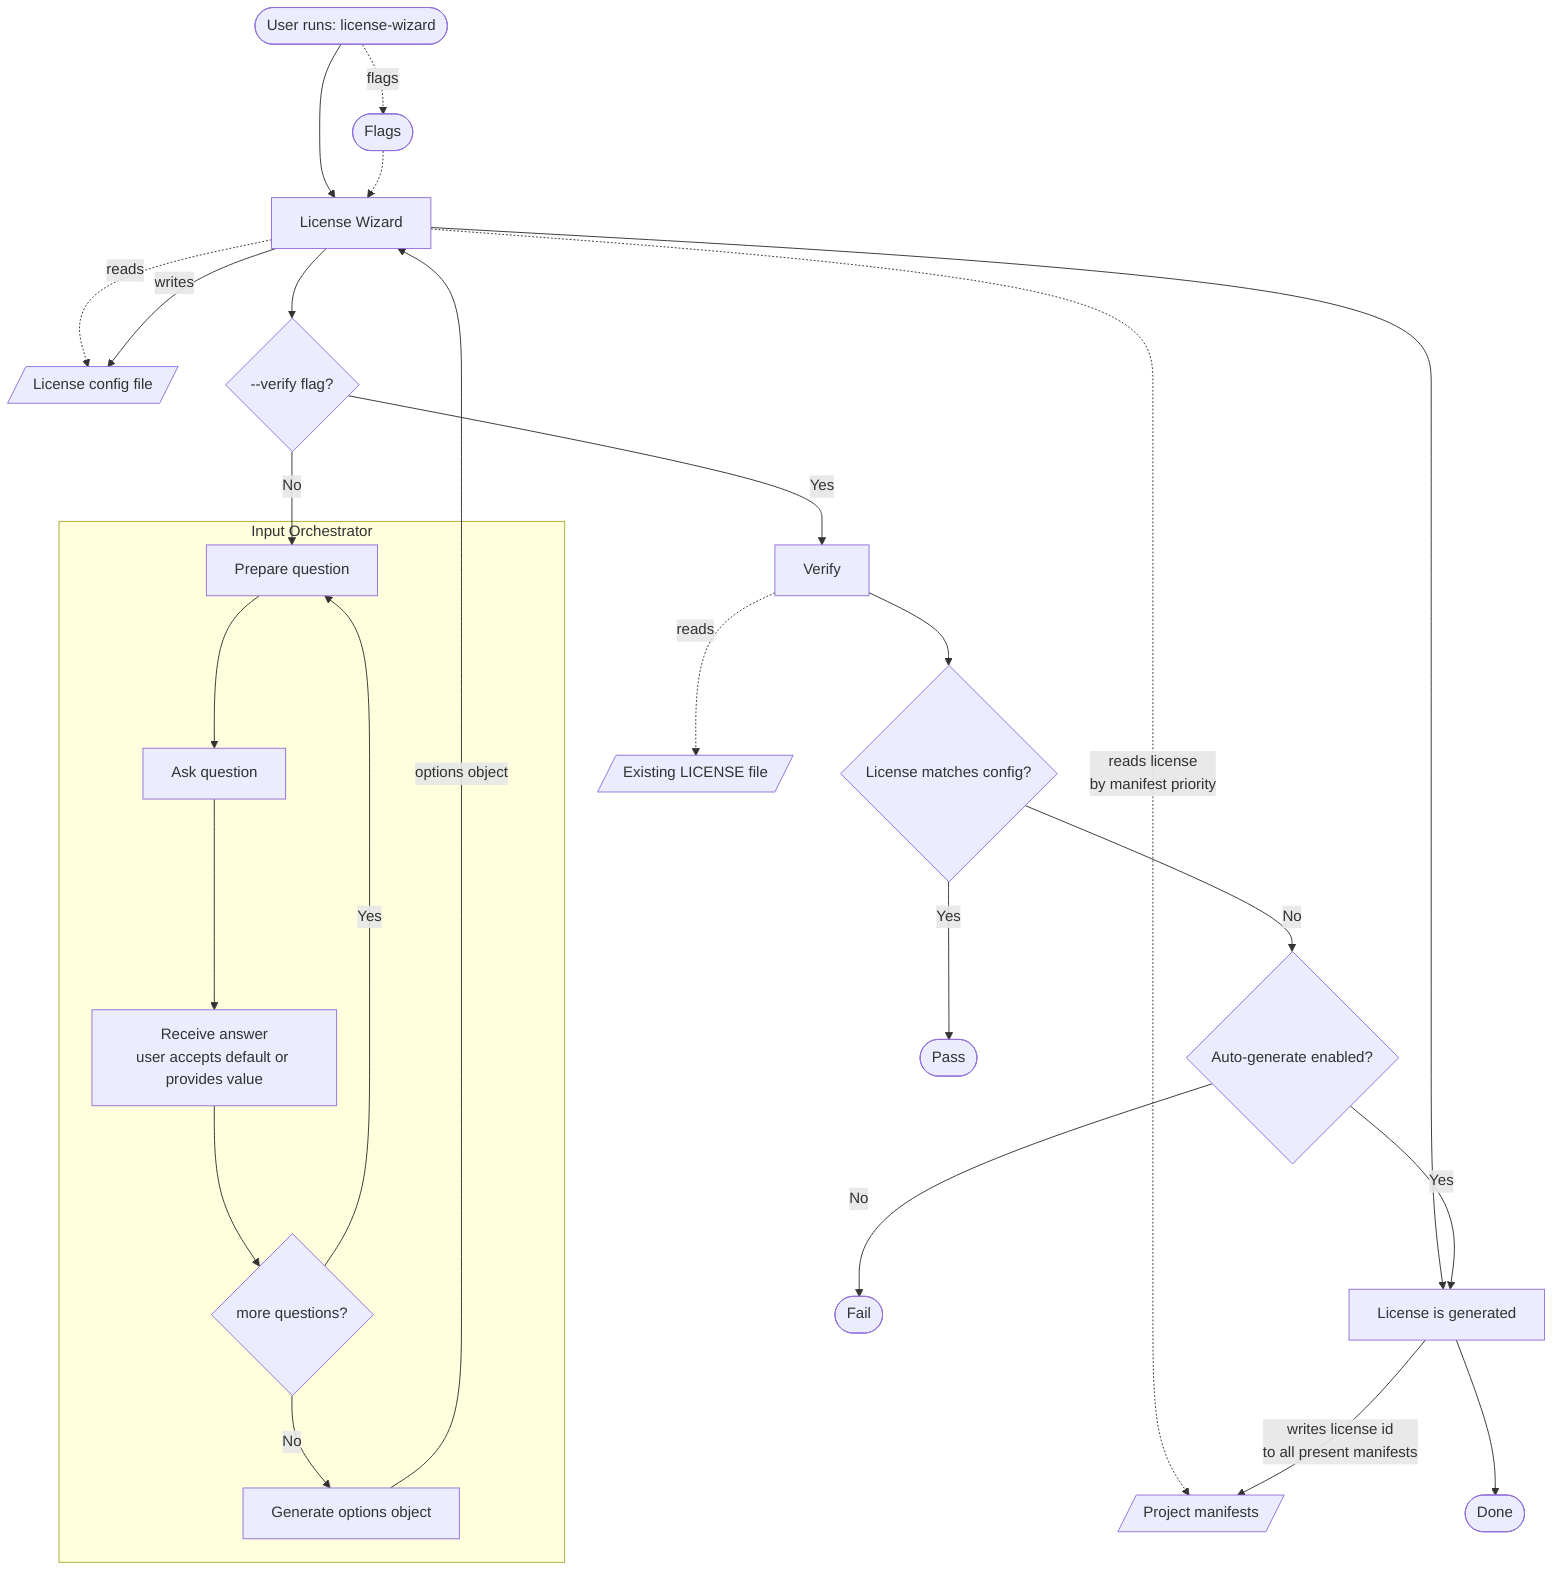
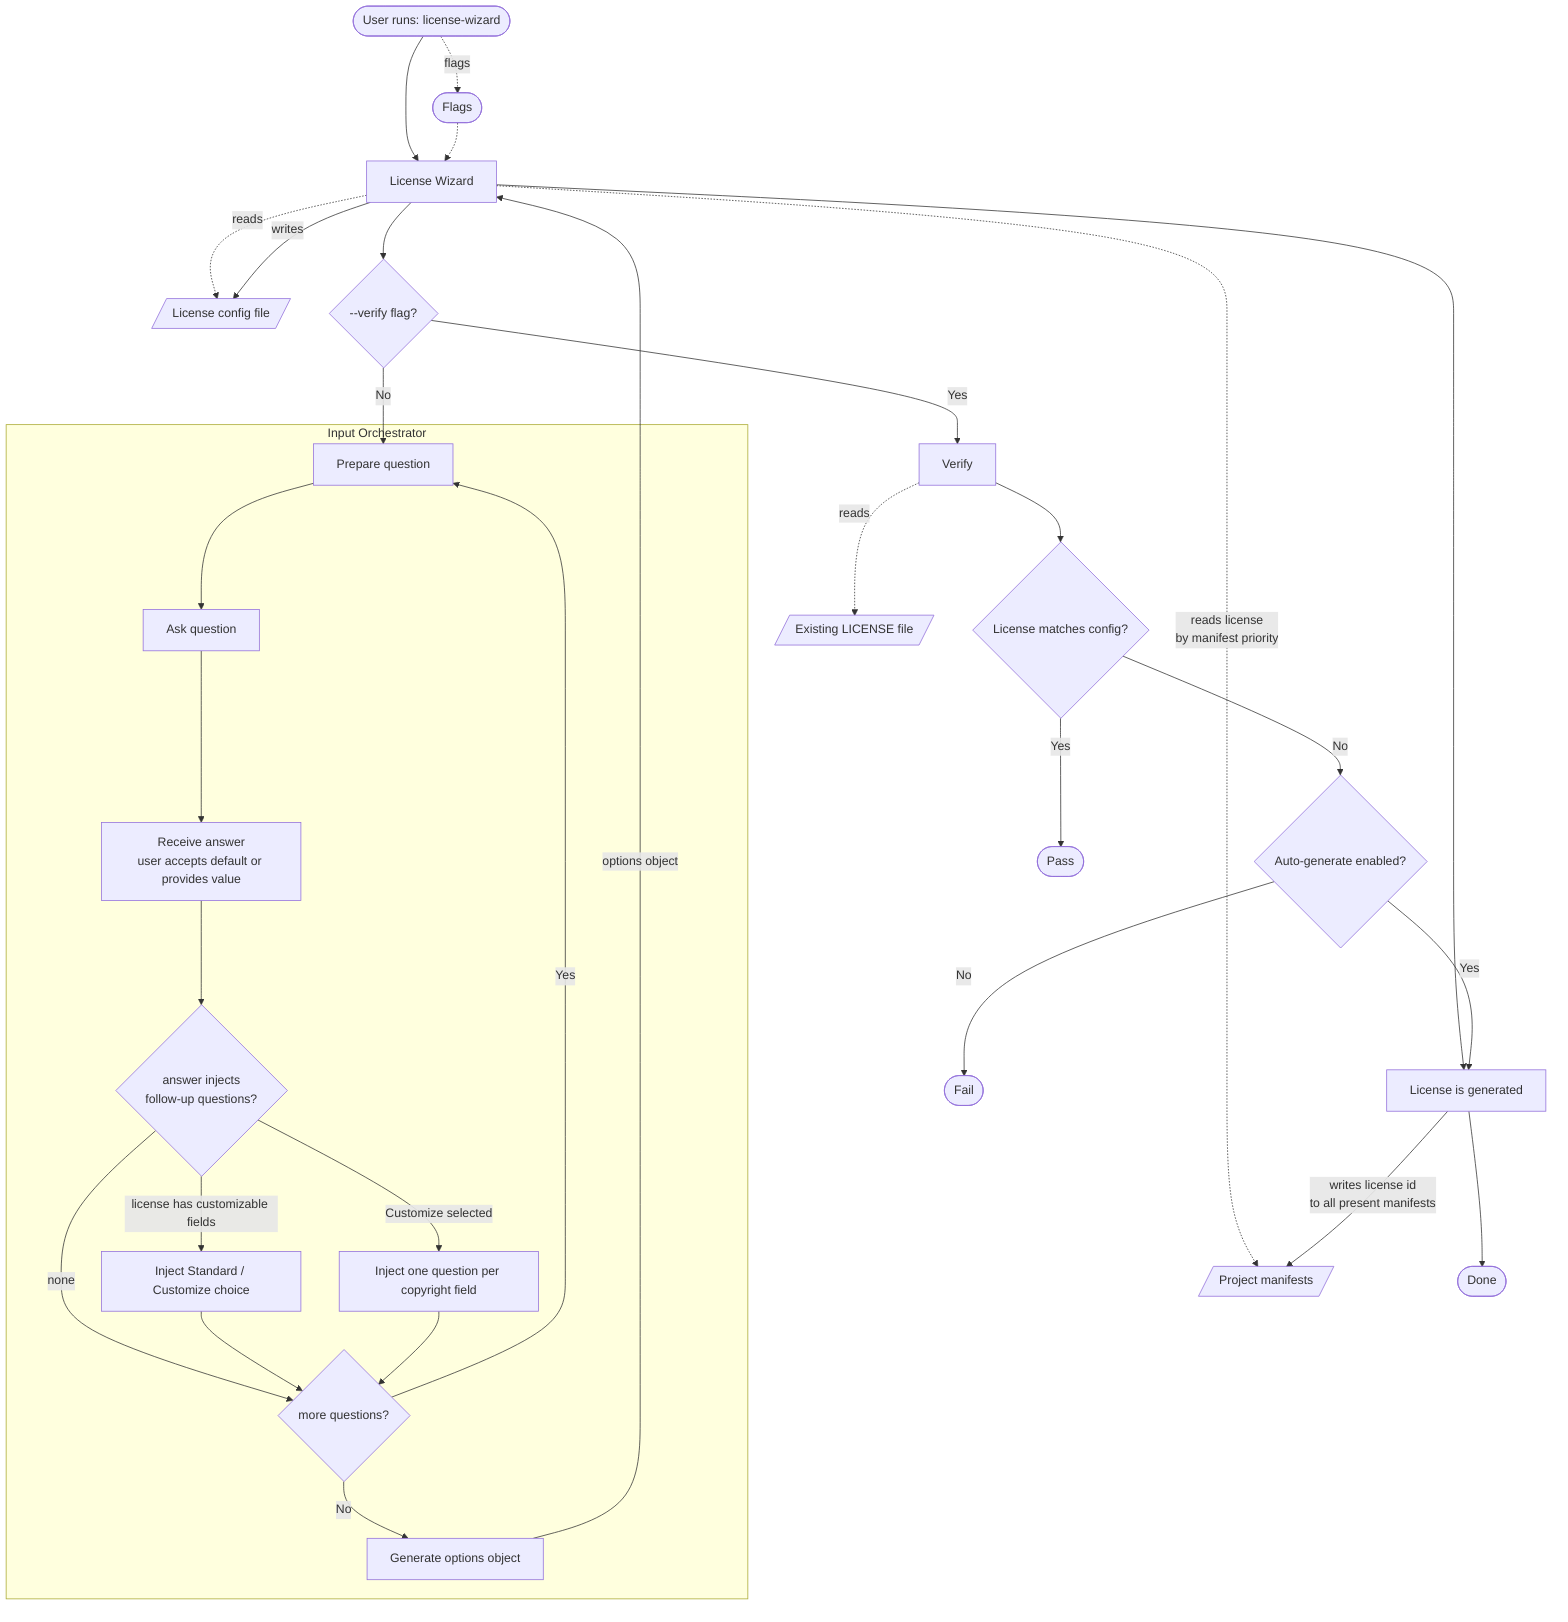
flowchart TD
    A([User runs: license-wizard]) --> LW[License Wizard]
    A -.->|flags| FL([Flags])
    FL -.-> LW
    LW -.->|reads| LC[/License config file/]
    LW -.->|reads license<br/>by manifest priority| PJ[/Project manifests/]

    LW --> M{--verify flag?}

    %% ─── Interactive / generation path ───
    M -->|No| C

    subgraph IO [Input Orchestrator]
        C[Prepare question]
        C --> D[Ask question]
        D --> E[Receive answer<br/>user accepts default or provides value]
-         E --> F{more questions?}
+         E --> INJ{answer injects<br/>follow-up questions?}
+         INJ -->|license has customizable fields| MODE[Inject Standard / Customize choice]
+         INJ -->|Customize selected| FIELDS[Inject one question per copyright field]
+         INJ -->|none| F
+         MODE --> F
+         FIELDS --> F
+         F{more questions?}
        F -->|Yes| C
        F -->|No| OG[Generate options object]
    end

    OG -->|options object| LW
    LW -->|writes| LC
    LW --> G[License is generated]
    G -->|writes license id<br/>to all present manifests| PJ
    G --> H([Done])

    %% ─── Verification path ───
    M -->|Yes| V[Verify]
    V -.->|reads| EL[/Existing LICENSE file/]
    V --> R{License matches config?}
    R -->|Yes| PASS([Pass])
    R -->|No| AG{Auto-generate enabled?}
    AG -->|Yes| G
    AG -->|No| FAIL([Fail])
